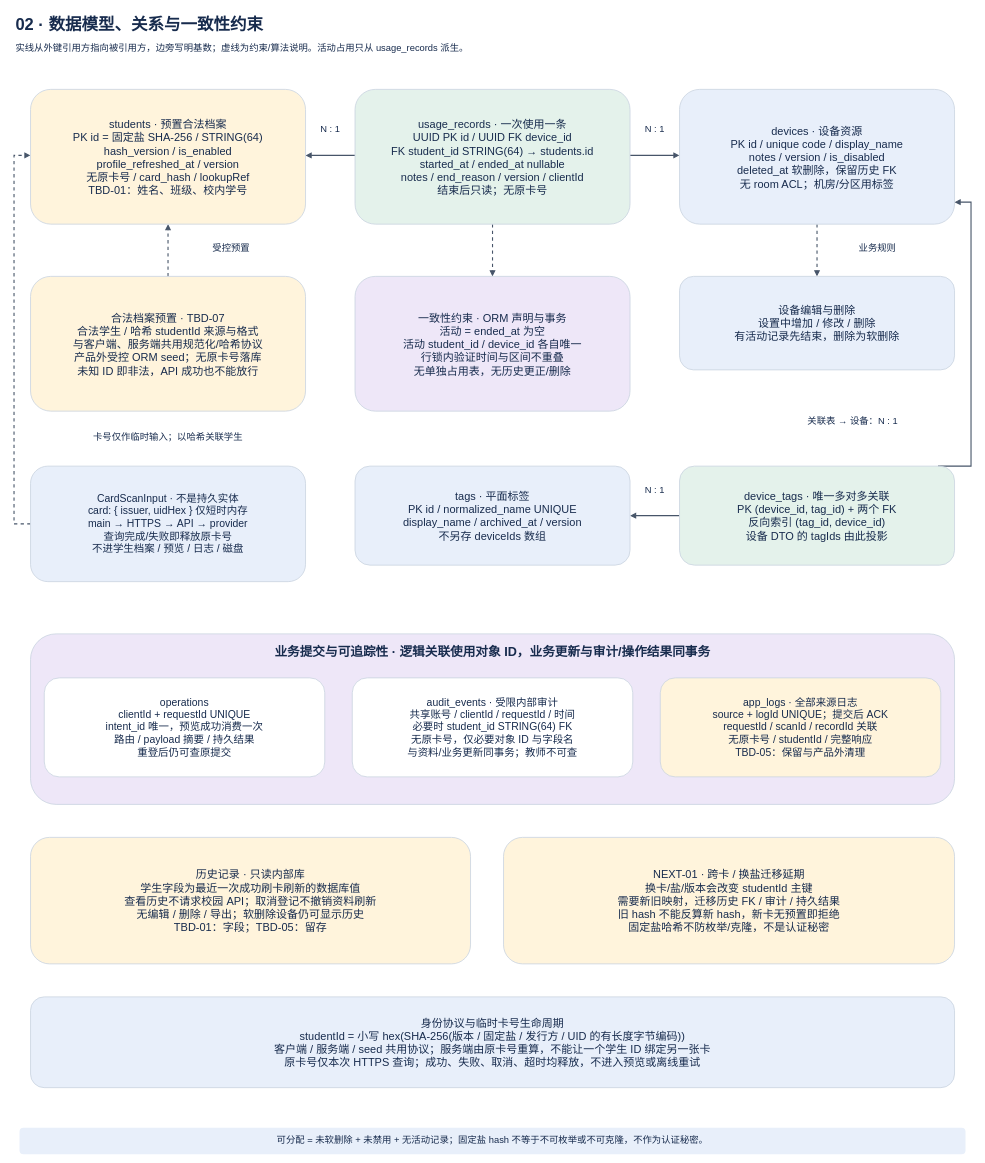
The draw.io diagram page "02 · 数据模型、关系与一致性约束" (2 of 8) of record-only/docs/architecture.drawio in lmyzzzz/cyez-library-management, before the edit. Source tidied: cells renumbered, new cells numbered last; positions are measured from the earlier drawing's top-left corner, leaving out a move shared by most shapes. Both pictures are drawn from the tidied source at 55%, with x=0, y=0 at pixel (11, 9).
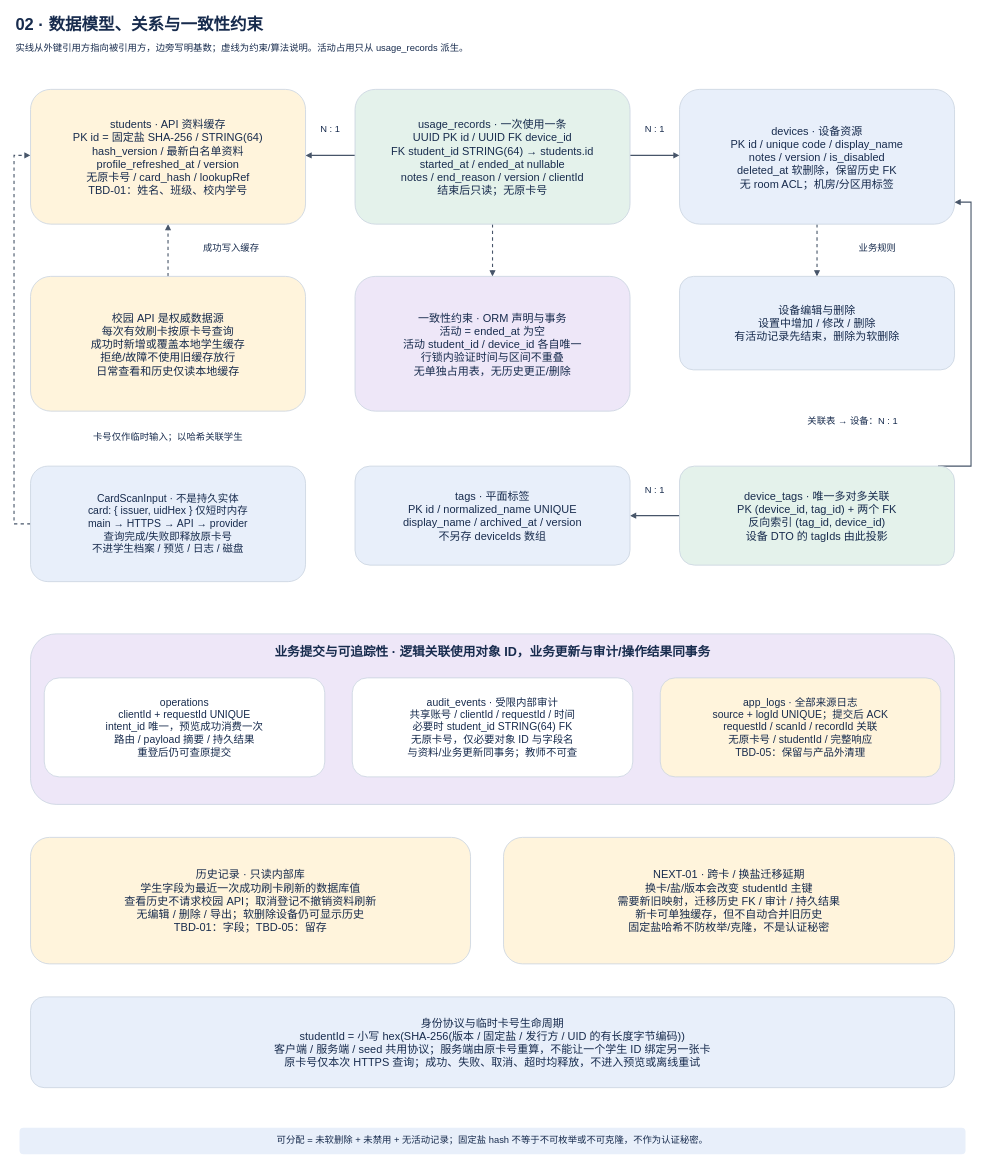
The same page after the edit.

Change to the diagram source:
```diff
@@
-    <mxCell id="13" value="students · 预置合法档案&#10;PK id = 固定盐 SHA-256 / STRING(64)&#10;hash_version / is_enabled&#10;profile_refreshed_at / version&#10;无原卡号 / card_hash / lookupRef&#10;TBD-01：姓名、班级、校内学号" style="rounded=1;whiteSpace=wrap;html=0;fillColor=#fff4dc;strokeColor=#cbd5e1;strokeWidth=1.5;fontColor=#172b4d;fontFamily=Microsoft YaHei;fontSize=20;fontStyle=0;align=center;verticalAlign=middle;spacing=8;" parent="1" vertex="1">
+    <mxCell id="13" value="students · API 资料缓存&#10;PK id = 固定盐 SHA-256 / STRING(64)&#10;hash_version / 最新白名单资料&#10;profile_refreshed_at / version&#10;无原卡号 / card_hash / lookupRef&#10;TBD-01：姓名、班级、校内学号" style="rounded=1;whiteSpace=wrap;html=0;fillColor=#fff4dc;strokeColor=#cbd5e1;strokeWidth=1.5;fontColor=#172b4d;fontFamily=Microsoft YaHei;fontSize=20;fontStyle=0;align=center;verticalAlign=middle;spacing=8;" parent="1" vertex="1">
       <mxGeometry x="35" y="145" width="500" height="245" as="geometry" />
     </mxCell>
@@
-    <mxCell id="18" value="合法档案预置 · TBD-07&#10;合法学生 / 哈希 studentId 来源与格式&#10;与客户端、服务端共用规范化/哈希协议&#10;产品外受控 ORM seed；无原卡号落库&#10;未知 ID 即非法，API 成功也不能放行" style="rounded=1;whiteSpace=wrap;html=0;fillColor=#fff4dc;strokeColor=#cbd5e1;strokeWidth=1.5;fontColor=#172b4d;fontFamily=Microsoft YaHei;fontSize=20;fontStyle=0;align=center;verticalAlign=middle;spacing=8;" parent="1" vertex="1">
+    <mxCell id="18" value="校园 API 是权威数据源&#10;每次有效刷卡按原卡号查询&#10;成功时新增或覆盖本地学生缓存&#10;拒绝/故障不使用旧缓存放行&#10;日常查看和历史仅读本地缓存" style="rounded=1;whiteSpace=wrap;html=0;fillColor=#fff4dc;strokeColor=#cbd5e1;strokeWidth=1.5;fontColor=#172b4d;fontFamily=Microsoft YaHei;fontSize=20;fontStyle=0;align=center;verticalAlign=middle;spacing=8;" parent="1" vertex="1">
       <mxGeometry x="35" y="485" width="500" height="245" as="geometry" />
     </mxCell>
@@
-    <mxCell id="21" value="受控预置" style="rounded=1;whiteSpace=wrap;html=0;fillColor=none;strokeColor=none;strokeWidth=1.5;fontColor=#172b4d;fontFamily=Microsoft YaHei;fontSize=17;fontStyle=0;align=center;verticalAlign=middle;spacing=8;" parent="1" vertex="1">
+    <mxCell id="21" value="成功写入缓存" style="rounded=1;whiteSpace=wrap;html=0;fillColor=none;strokeColor=none;strokeWidth=1.5;fontColor=#172b4d;fontFamily=Microsoft YaHei;fontSize=17;fontStyle=0;align=center;verticalAlign=middle;spacing=8;" parent="1" vertex="1">
       <mxGeometry x="300" y="412" width="200" height="45" as="geometry" />
     </mxCell>
@@
-    <mxCell id="34" value="NEXT-01 · 跨卡 / 换盐迁移延期&#10;换卡/盐/版本会改变 studentId 主键&#10;需要新旧映射，迁移历史 FK / 审计 / 持久结果&#10;旧 hash 不能反算新 hash，新卡无预置即拒绝&#10;固定盐哈希不防枚举/克隆，不是认证秘密" style="rounded=1;whiteSpace=wrap;html=0;fillColor=#fff4dc;strokeColor=#cbd5e1;strokeWidth=1.5;fontColor=#172b4d;fontFamily=Microsoft YaHei;fontSize=20;fontStyle=0;align=center;verticalAlign=middle;spacing=8;" parent="1" vertex="1">
+    <mxCell id="34" value="NEXT-01 · 跨卡 / 换盐迁移延期&#10;换卡/盐/版本会改变 studentId 主键&#10;需要新旧映射，迁移历史 FK / 审计 / 持久结果&#10;新卡可单独缓存，但不自动合并旧历史&#10;固定盐哈希不防枚举/克隆，不是认证秘密" style="rounded=1;whiteSpace=wrap;html=0;fillColor=#fff4dc;strokeColor=#cbd5e1;strokeWidth=1.5;fontColor=#172b4d;fontFamily=Microsoft YaHei;fontSize=20;fontStyle=0;align=center;verticalAlign=middle;spacing=8;" parent="1" vertex="1">
       <mxGeometry x="895" y="1505" width="820" height="230" as="geometry" />
     </mxCell>
```
